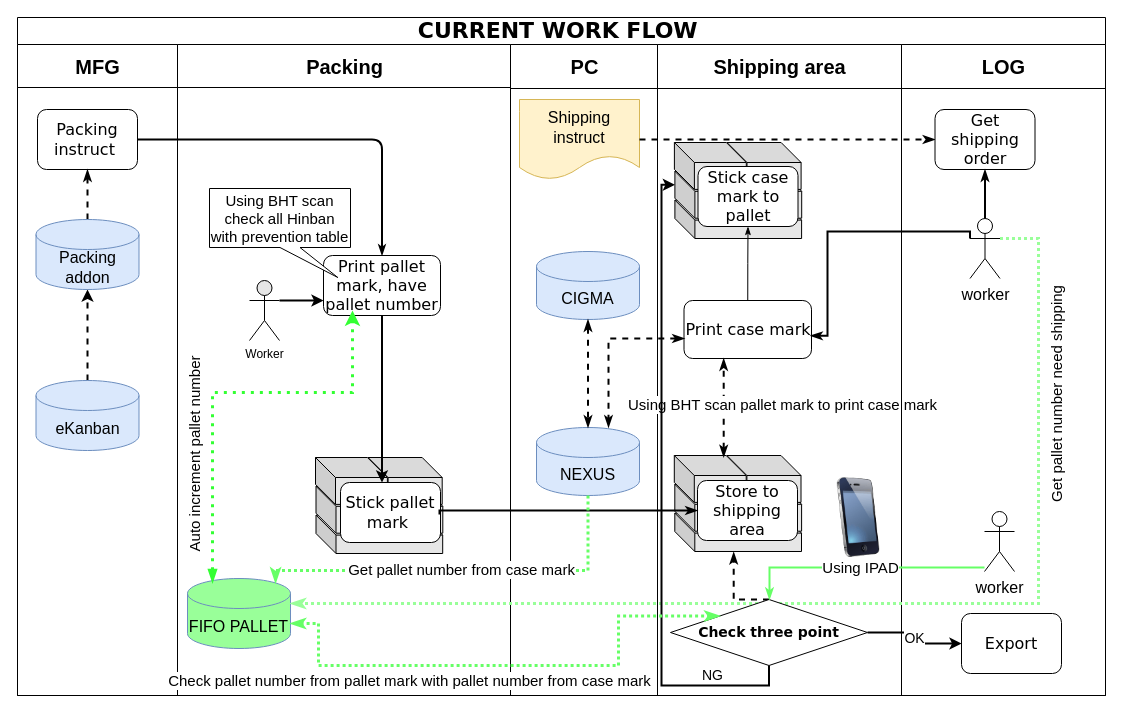
Earlier version of the draw.io diagram page "FutureNew" (3 of 6) of work flow current fifo.drawio (dreegoo/hellotoken). Source tidied: cells renumbered, new cells numbered last; positions are measured from the earlier drawing's top-left corner, leaving out a move shared by most shapes. Both pictures are drawn from the tidied source at 100%, with x=0, y=0 at pixel (17, 17).
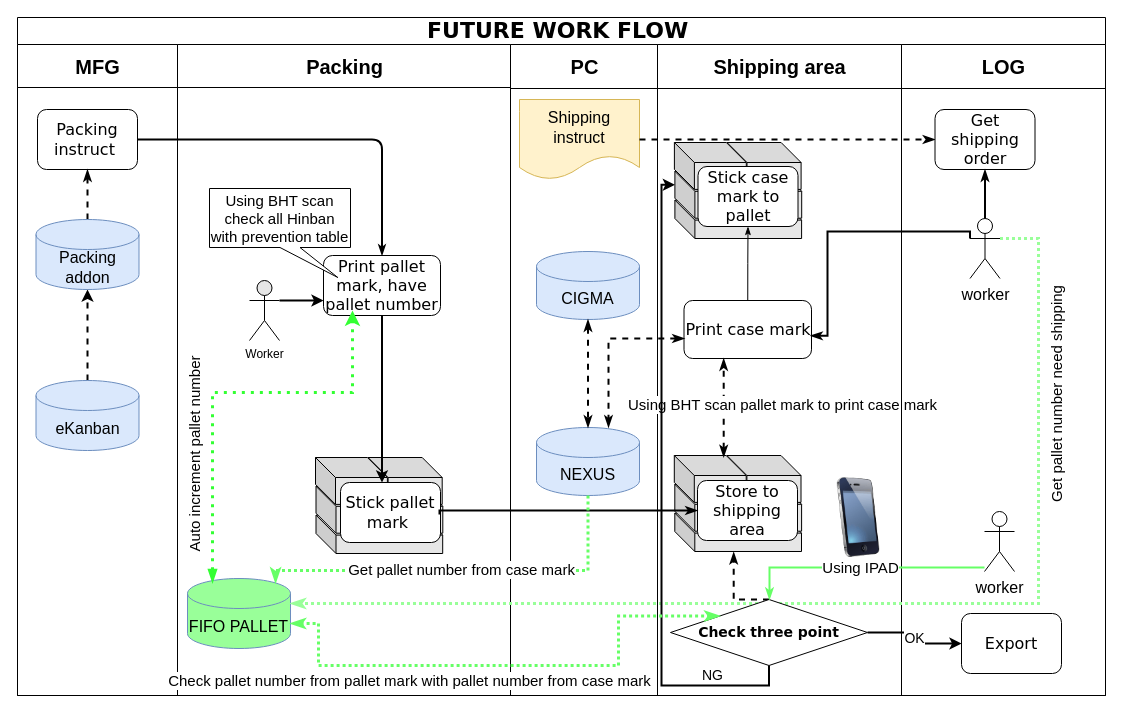
Above is the later version.

Change to the diagram source:
```diff
@@
-    <mxCell id="2" value="CURRENT WORK FLOW&amp;nbsp;" style="swimlane;html=1;startSize=27;rounded=0;shadow=0;labelBackgroundColor=none;strokeWidth=1;fontFamily=Verdana;fontSize=22;align=center;" parent="1" vertex="1">
+    <mxCell id="2" value="FUTURE WORK FLOW&amp;nbsp;" style="swimlane;html=1;startSize=27;rounded=0;shadow=0;labelBackgroundColor=none;strokeWidth=1;fontFamily=Verdana;fontSize=22;align=center;" parent="1" vertex="1">
       <mxGeometry width="1088" height="678" as="geometry" />
     </mxCell>
```
